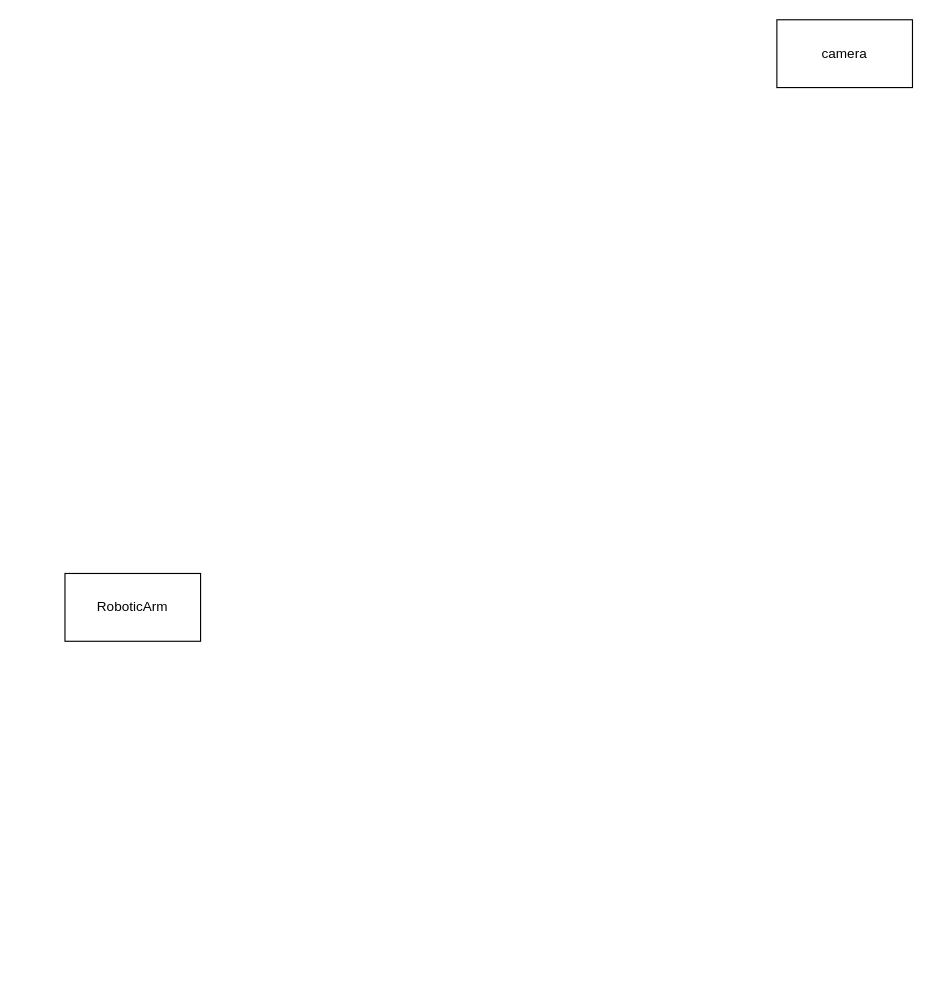
The draw.io diagram 标定工具重构.drawio in Jev0987/drawioFile, before the edit. Source tidied: cells renumbered, new cells numbered last; positions are measured from the earlier drawing's top-left corner, leaving out a move shared by most shapes. Both pictures are drawn from the tidied source at 113%, with x=0, y=0 at pixel (64, 19).
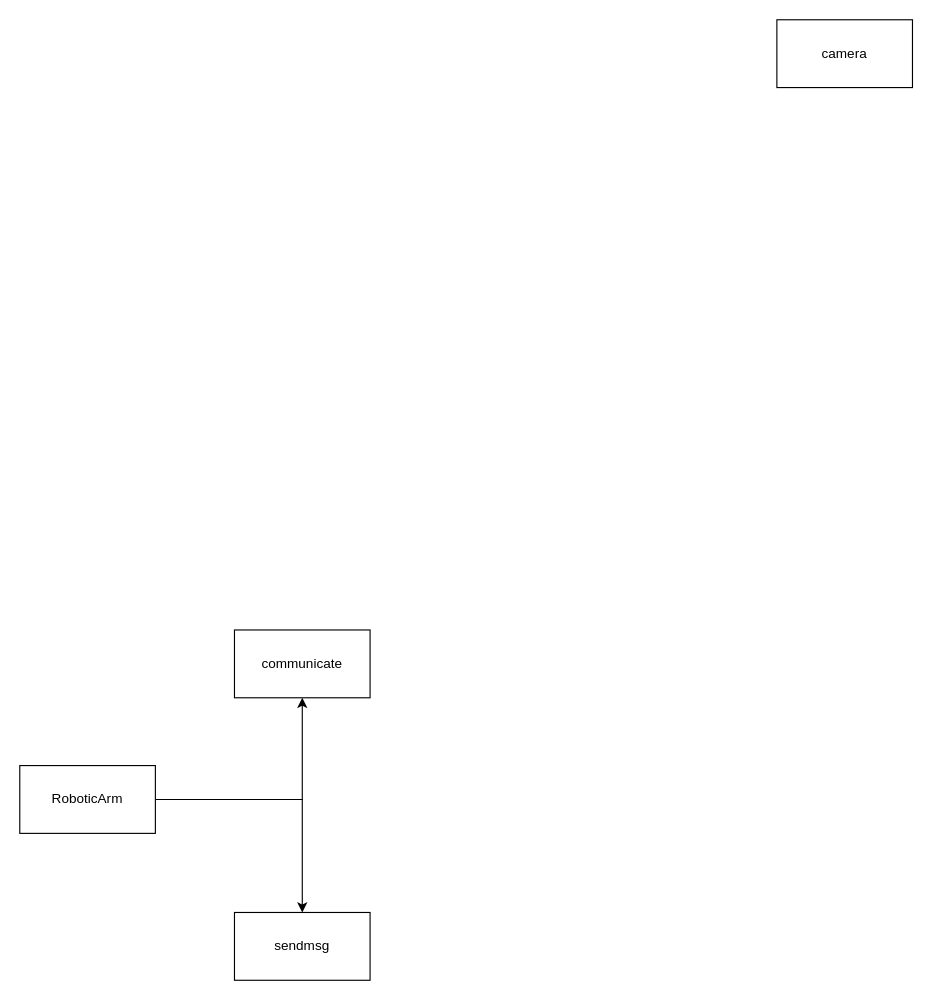
The same page after the edit.

Commit message (it also covers changes not shown here):
更新标定工具重构.drawio

Diff of the diagram source:
```diff
@@
 <mxGraphModel>
   <root>
     <mxCell id="0" />
     <mxCell id="1" parent="0" />
     <mxCell id="2" value="camera" style="rounded=0;whiteSpace=wrap;html=1;" parent="1" vertex="1">
       <mxGeometry x="630" width="120" height="60" as="geometry" />
     </mxCell>
+    <mxCell id="4" style="edgeStyle=orthogonalEdgeStyle;rounded=0;jettySize=auto;html=1;" parent="1" edge="1" source="3" target="6">
+      <mxGeometry relative="1" as="geometry" />
+    </mxCell>
+    <mxCell id="5" style="edgeStyle=orthogonalEdgeStyle;rounded=0;jettySize=auto;html=1;exitX=1;exitY=0.5;exitDx=0;exitDy=0;entryX=0.5;entryY=0;entryDx=0;entryDy=0;" parent="1" edge="1" source="3" target="7">
+      <mxGeometry relative="1" as="geometry" />
+    </mxCell>
     <mxCell id="3" value="RoboticArm" style="rounded=0;whiteSpace=wrap;html=1;" parent="1" vertex="1">
-      <mxGeometry y="490" width="120" height="60" as="geometry" />
+      <mxGeometry x="-40" y="660" width="120" height="60" as="geometry" />
     </mxCell>
+    <mxCell id="6" value="communicate" style="whiteSpace=wrap;html=1;rounded=0;" parent="1" vertex="1">
+      <mxGeometry x="150" y="540" width="120" height="60" as="geometry" />
+    </mxCell>
+    <mxCell id="7" value="sendmsg" style="whiteSpace=wrap;html=1;rounded=0;" parent="1" vertex="1">
+      <mxGeometry x="150" y="790" width="120" height="60" as="geometry" />
+    </mxCell>
   </root>
 </mxGraphModel>
```
